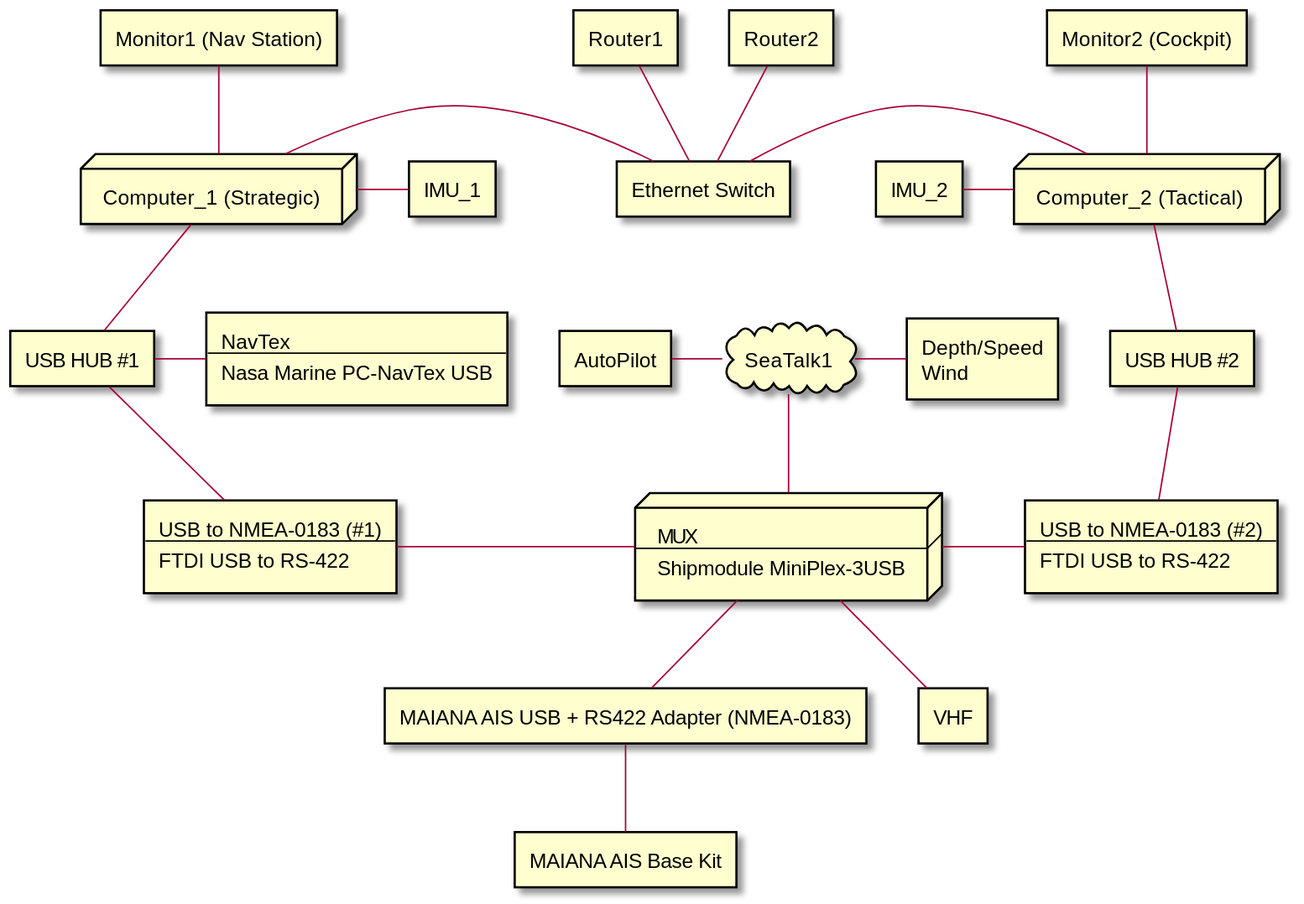
Above: docs/images/two_comp_arch.svg in SY-Alcazar/SY-Alcazar (PlantUML), before the change.
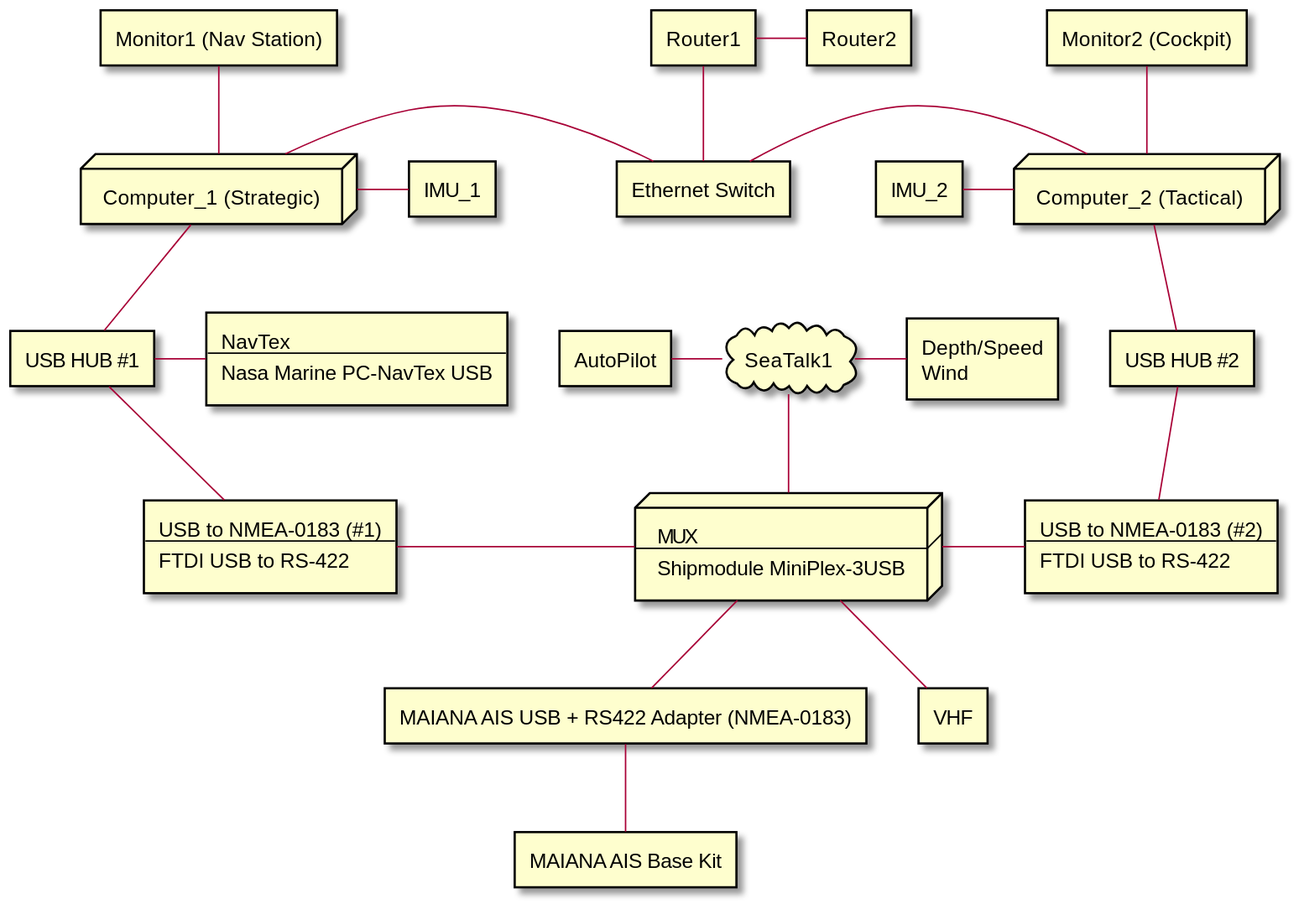
Above is the later version.

What changed in the source:
```diff
@@ -119,7 +119,7 @@
 usb_hub1 -- USB_to_Serial1
 usb_hub2 -- USB_to_Serial2
 
-Eth_switch -u- router2
+router1 -r- router2
 Eth_switch -u- router1
 
 Eth_switch -l- comp1
```
